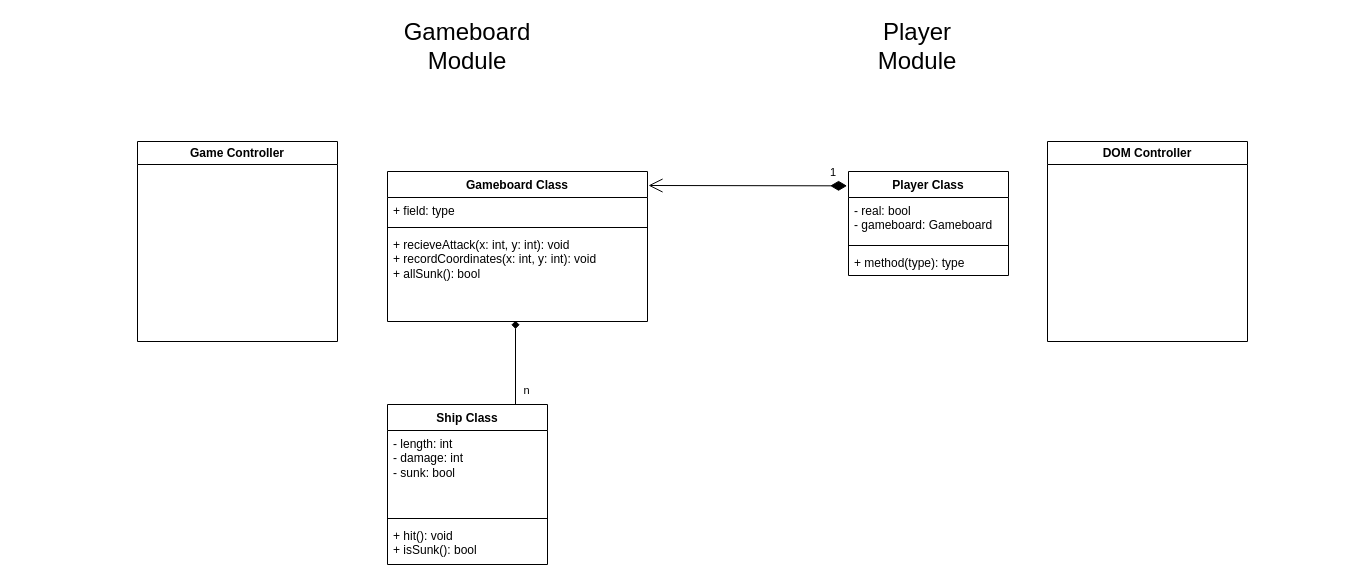
Before: class_UML.drawio in dugsv1/battleship, a draw.io diagram. Source tidied: cells renumbered, new cells numbered last; positions are measured from the earlier drawing's top-left corner, leaving out a move shared by most shapes. Both pictures are drawn from the tidied source at 100%, with x=0, y=0 at pixel (137, 31).
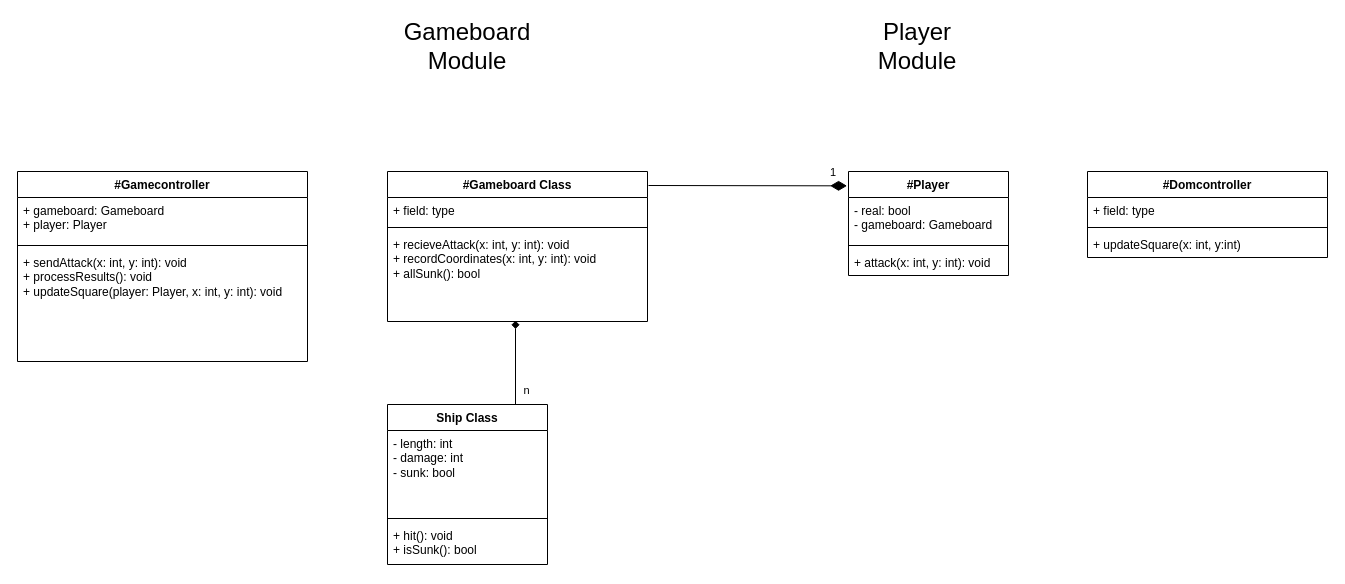
Above is the later version.

Commit message (it also covers changes not shown here):
Docs: Gamecontroller and Dom controller

Diff of the diagram source:
```diff
@@
-    <mxCell id="2" value="Game Controller" style="swimlane;whiteSpace=wrap;html=1;" parent="1" vertex="1">
-      <mxGeometry y="110" width="200" height="200" as="geometry" />
-    </mxCell>
-    <mxCell id="3" value="DOM Controller" style="swimlane;whiteSpace=wrap;html=1;" parent="1" vertex="1">
-      <mxGeometry x="910" y="110" width="200" height="200" as="geometry" />
-    </mxCell>
-    <mxCell id="4" value="Gameboard Class" style="swimlane;fontStyle=1;align=center;verticalAlign=top;horizontal=1;startSize=26;whiteSpace=wrap;html=1;" parent="1" vertex="1">
+    <mxCell id="4" value="#Gameboard Class" style="swimlane;fontStyle=1;align=center;verticalAlign=top;horizontal=1;startSize=26;whiteSpace=wrap;html=1;" parent="1" vertex="1">
       <mxGeometry x="250" y="140" width="260" height="150" as="geometry" />
     </mxCell>
@@
-    <mxCell id="14" value="Player Class" style="swimlane;fontStyle=1;align=center;verticalAlign=top;horizontal=1;startSize=26;whiteSpace=wrap;html=1;" parent="1" vertex="1">
+    <mxCell id="14" value="#Player" style="swimlane;fontStyle=1;align=center;verticalAlign=top;horizontal=1;startSize=26;whiteSpace=wrap;html=1;" parent="1" vertex="1">
       <mxGeometry x="711" y="140" width="160" height="104" as="geometry" />
     </mxCell>
@@
-    <mxCell id="17" value="+ method(type): type" style="text;strokeColor=none;fillColor=none;align=left;verticalAlign=top;spacingLeft=4;spacingRight=4;overflow=hidden;whiteSpace=wrap;html=1;" parent="14" vertex="1">
+    <mxCell id="17" value="+ attack(x: int, y: int): void" style="text;strokeColor=none;fillColor=none;align=left;verticalAlign=top;spacingLeft=4;spacingRight=4;overflow=hidden;whiteSpace=wrap;html=1;" parent="14" vertex="1">
       <mxGeometry y="78" width="160" height="26" as="geometry" />
     </mxCell>
-    <mxCell id="18" value="1" style="endArrow=open;html=1;endSize=12;startArrow=diamondThin;startSize=14;startFill=1;align=left;verticalAlign=bottom;exitX=-0.009;exitY=0.138;exitDx=0;exitDy=0;exitPerimeter=0;" parent="1" edge="1" source="14">
+    <mxCell id="18" value="1" style="endArrow=none;html=1;endSize=12;startArrow=diamondThin;startSize=14;startFill=1;align=left;verticalAlign=bottom;exitX=-0.009;exitY=0.138;exitDx=0;exitDy=0;exitPerimeter=0;endFill=0;" parent="1" edge="1" source="14">
       <mxGeometry x="-0.81" y="-4" relative="1" as="geometry">
         <mxPoint x="511" y="154" as="targetPoint" />
       </mxGeometry>
     </mxCell>
@@
+    <mxCell id="21" value="#Gamecontroller" style="swimlane;fontStyle=1;align=center;verticalAlign=top;horizontal=1;startSize=26;whiteSpace=wrap;html=1;" parent="1" vertex="1">
+      <mxGeometry x="-120" y="140" width="290" height="190" as="geometry" />
+    </mxCell>
+    <mxCell id="22" value="+ gameboard: Gameboard&lt;div&gt;+ player: Player&lt;/div&gt;" style="text;strokeColor=none;fillColor=none;align=left;verticalAlign=top;spacingLeft=4;spacingRight=4;overflow=hidden;whiteSpace=wrap;html=1;" parent="21" vertex="1">
+      <mxGeometry y="26" width="290" height="44" as="geometry" />
+    </mxCell>
+    <mxCell id="23" style="line;strokeWidth=1;fillColor=none;align=left;verticalAlign=middle;spacingTop=-1;spacingLeft=3;spacingRight=3;labelPosition=right;strokeColor=inherit;" parent="21" vertex="1">
+      <mxGeometry y="70" width="290" height="8" as="geometry" />
+    </mxCell>
+    <mxCell id="24" value="+ sendAttack(x: int, y: int): void&lt;div&gt;+ processResults(): void&lt;/div&gt;&lt;div&gt;+ updateSquare(player: Player, x: int, y: int): void&lt;/div&gt;" style="text;strokeColor=none;fillColor=none;align=left;verticalAlign=top;spacingLeft=4;spacingRight=4;overflow=hidden;whiteSpace=wrap;html=1;" parent="21" vertex="1">
+      <mxGeometry y="78" width="290" height="112" as="geometry" />
+    </mxCell>
+    <mxCell id="25" value="#Domcontroller" style="swimlane;fontStyle=1;align=center;verticalAlign=top;horizontal=1;startSize=26;whiteSpace=wrap;html=1;" parent="1" vertex="1">
+      <mxGeometry x="950" y="140" width="240" height="86" as="geometry" />
+    </mxCell>
+    <mxCell id="26" value="+ field: type" style="text;strokeColor=none;fillColor=none;align=left;verticalAlign=top;spacingLeft=4;spacingRight=4;overflow=hidden;whiteSpace=wrap;html=1;" parent="25" vertex="1">
+      <mxGeometry y="26" width="240" height="26" as="geometry" />
+    </mxCell>
+    <mxCell id="27" style="line;strokeWidth=1;fillColor=none;align=left;verticalAlign=middle;spacingTop=-1;spacingLeft=3;spacingRight=3;labelPosition=right;strokeColor=inherit;" parent="25" vertex="1">
+      <mxGeometry y="52" width="240" height="8" as="geometry" />
+    </mxCell>
+    <mxCell id="28" value="+ updateSquare(x: int, y:int)" style="text;strokeColor=none;fillColor=none;align=left;verticalAlign=top;spacingLeft=4;spacingRight=4;overflow=hidden;whiteSpace=wrap;html=1;" parent="25" vertex="1">
+      <mxGeometry y="60" width="240" height="26" as="geometry" />
+    </mxCell>
```
